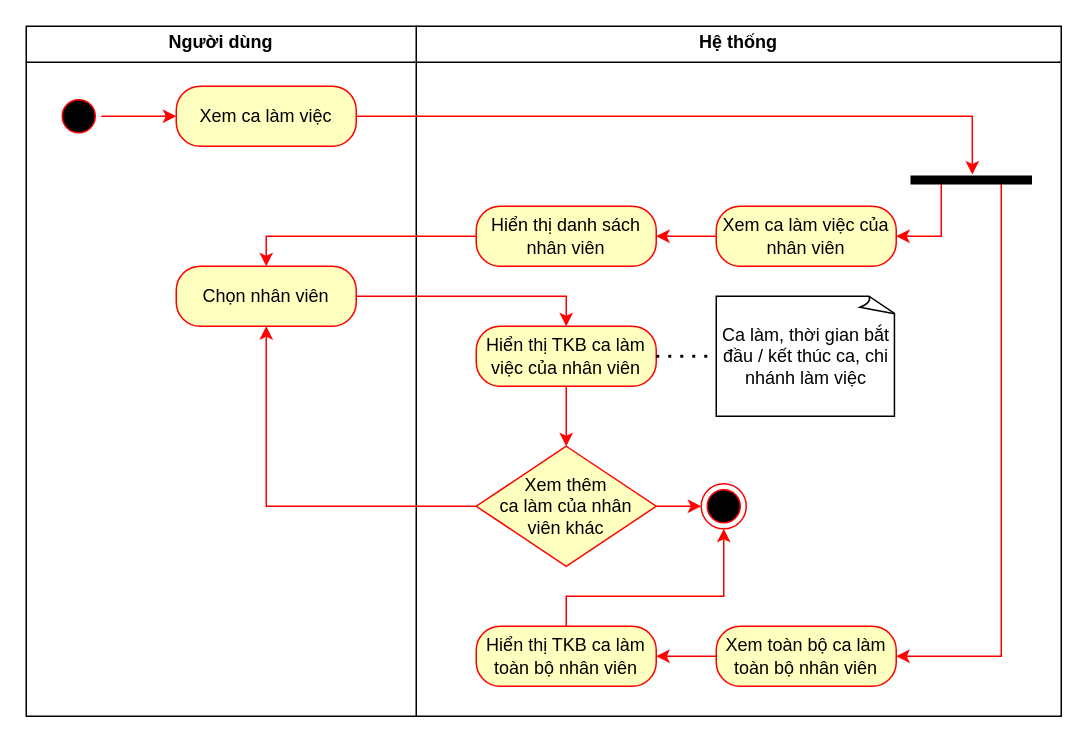
Before: Sơ đồ hoạt động UC xem ca làm việc.drawio in HaojackYT/DAA_SA, a draw.io diagram. Source tidied: cells renumbered, new cells numbered last; positions are measured from the earlier drawing's top-left corner, leaving out a move shared by most shapes. Both pictures are drawn from the tidied source at 150%, with x=0, y=0 at pixel (26, 26).
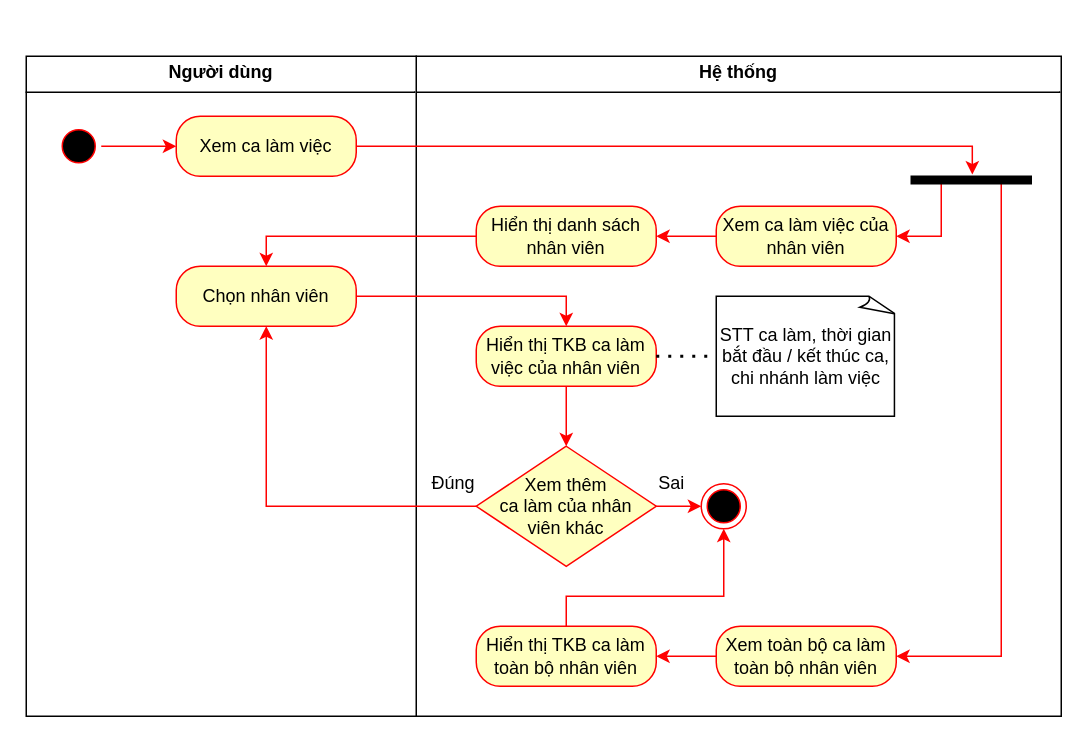
After the change.

Unchanged cells that the change refers to:
```xml
<mxCell id="28" style="html=1;points=[];perimeter=orthogonalPerimeter;fillColor=strokeColor;direction=south;strokeColor=#000000;" parent="1" vertex="1">
  <mxGeometry x="590" y="100" width="80" height="5" as="geometry" />
</mxCell>
```

The edit, as a diff of the source:
```diff
@@
     <mxCell id="2" value="&lt;p style=&quot;margin:0px;margin-top:4px;text-align:center;&quot;&gt;&lt;b&gt;Hệ thống&lt;/b&gt;&lt;/p&gt;&lt;hr size=&quot;1&quot; style=&quot;border-style:solid;&quot;&gt;&lt;div style=&quot;height:2px;&quot;&gt;&lt;/div&gt;" style="verticalAlign=top;align=left;overflow=fill;html=1;whiteSpace=wrap;" parent="1" vertex="1">
-      <mxGeometry x="260" width="430" height="460" as="geometry" />
+      <mxGeometry x="260" y="20" width="430" height="440" as="geometry" />
     </mxCell>
     <mxCell id="3" value="&lt;p style=&quot;margin:0px;margin-top:4px;text-align:center;&quot;&gt;&lt;b&gt;Người dùng&lt;/b&gt;&lt;/p&gt;&lt;hr size=&quot;1&quot; style=&quot;border-style:solid;&quot;&gt;&lt;div style=&quot;height:2px;&quot;&gt;&lt;/div&gt;" style="verticalAlign=top;align=left;overflow=fill;html=1;whiteSpace=wrap;" parent="1" vertex="1">
-      <mxGeometry width="260" height="460" as="geometry" />
+      <mxGeometry y="20" width="260" height="440" as="geometry" />
     </mxCell>
     <mxCell id="4" style="ellipse;html=1;shape=startState;fillColor=#000000;strokeColor=#FF0000;" parent="1" vertex="1">
-      <mxGeometry x="20" y="45" width="30" height="30" as="geometry" />
+      <mxGeometry x="20" y="65" width="30" height="30" as="geometry" />
     </mxCell>
@@
     <mxCell id="6" value="Xem ca làm việc" style="rounded=1;whiteSpace=wrap;html=1;arcSize=40;fontColor=#000000;fillColor=#ffffc0;strokeColor=#FF0000;" parent="1" vertex="1">
-      <mxGeometry x="100" y="40" width="120" height="40" as="geometry" />
+      <mxGeometry x="100" y="60" width="120" height="40" as="geometry" />
     </mxCell>
@@
-    <mxCell id="21" value="Ca làm, thời gian bắt đầu / kết thúc ca, chi nhánh làm việc" style="whiteSpace=wrap;html=1;shape=mxgraph.basic.document;align=center;strokeColor=#000000;" parent="1" vertex="1">
+    <mxCell id="21" value="STT ca làm, thời gian bắt đầu / kết thúc ca, chi nhánh làm việc" style="whiteSpace=wrap;html=1;shape=mxgraph.basic.document;align=center;strokeColor=#000000;" parent="1" vertex="1">
       <mxGeometry x="460" y="180" width="120" height="80" as="geometry" />
     </mxCell>
@@
     <mxCell id="29" style="edgeStyle=orthogonalEdgeStyle;rounded=0;jettySize=auto;html=1;entryX=-0.232;entryY=0.491;entryDx=0;entryDy=0;entryPerimeter=0;strokeColor=#FF0000;" parent="1" edge="1" source="6" target="28">
-      <mxGeometry relative="1" as="geometry" />
+      <mxGeometry relative="1" as="geometry">
+        <Array as="points">
+          <mxPoint x="631" y="80" />
+        </Array>
+      </mxGeometry>
     </mxCell>
+    <mxCell id="30" value="Đúng" style="text;html=1;align=center;verticalAlign=middle;whiteSpace=wrap;rounded=0;fontFamily=Helvetica;fontSize=12;fontColor=#000000;" parent="1" vertex="1">
+      <mxGeometry x="260" y="290" width="50" height="30" as="geometry" />
+    </mxCell>
+    <mxCell id="31" value="Sai" style="text;html=1;align=center;verticalAlign=middle;strokeColor=none;fillColor=none;" parent="1" vertex="1">
+      <mxGeometry x="410" y="290" width="40" height="30" as="geometry" />
+    </mxCell>
```
